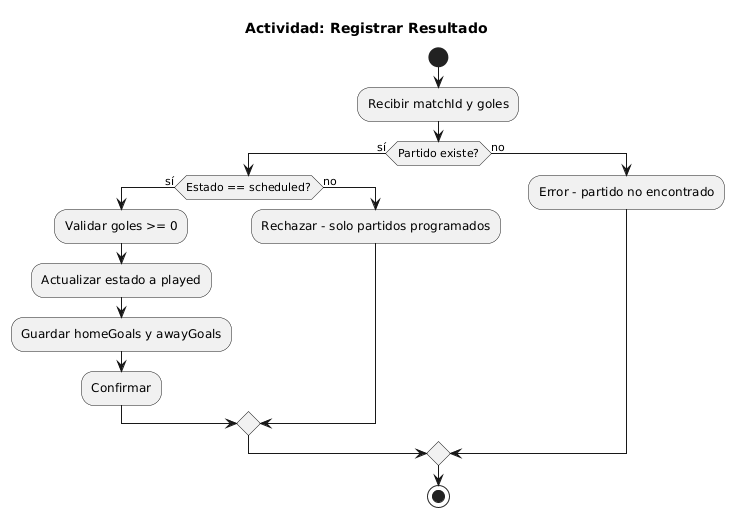
Above: modeling-and-docs/uml/export/activity_registrar_resultado.png in Cfabiola25/siget (PlantUML), before the change.
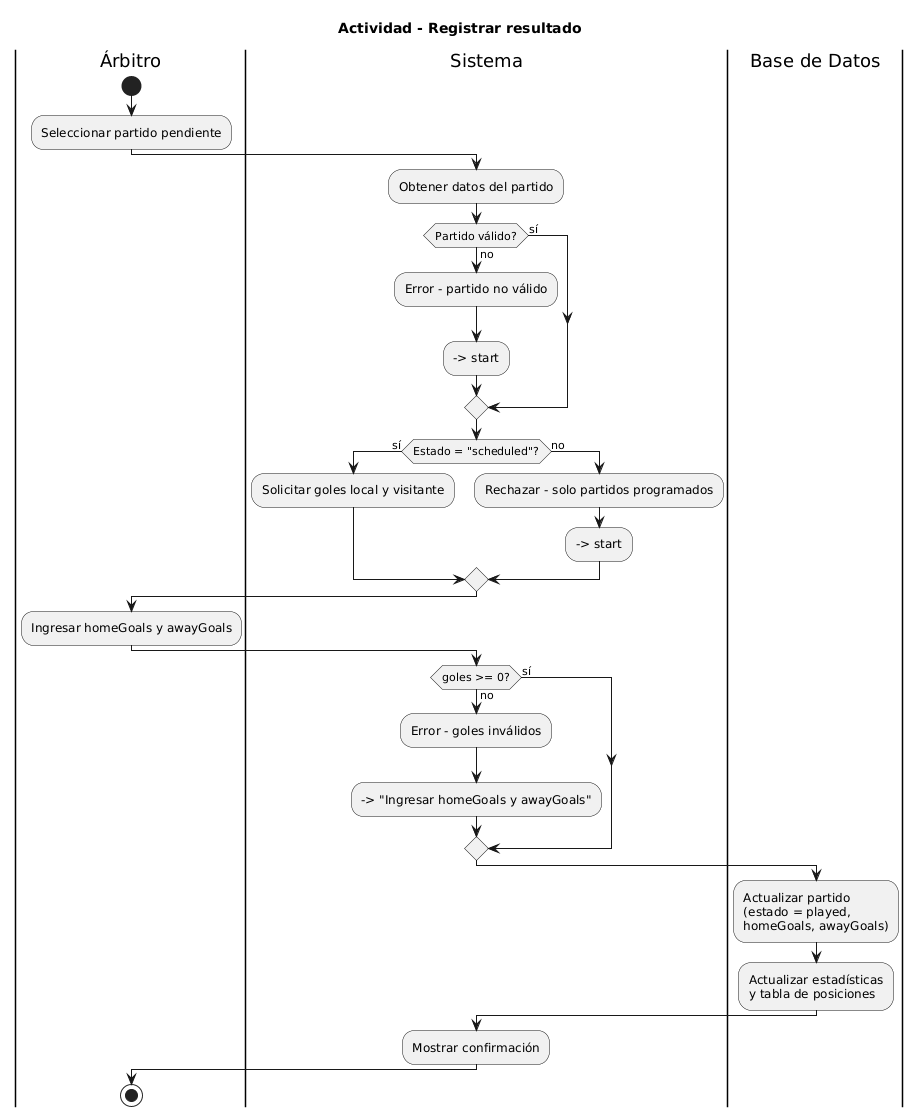
The same diagram one commit later.

Change to the diagram source:
```diff
@@ -1,18 +1,43 @@
 @startuml
-title Actividad: Registrar Resultado
+title Actividad - Registrar resultado
+
+|Árbitro|
 start
-:Recibir matchId y goles;
-if (Partido existe?) then (sí)
-  if (Estado == scheduled?) then (sí)
-    :Validar goles >= 0;
-    :Actualizar estado a played;
-    :Guardar homeGoals y awayGoals;
-    :Confirmar;
-  else (no)
-    :Rechazar - solo partidos programados;
-  endif
+:Seleccionar partido pendiente;
+
+|Sistema|
+:Obtener datos del partido;
+
+if (Partido válido?) then (sí)
 else (no)
-  :Error - partido no encontrado;
+  :Error - partido no válido;
+  --> start
 endif
+
+if (Estado = "scheduled"?) then (sí)
+  :Solicitar goles local y visitante;
+else (no)
+  :Rechazar - solo partidos programados;
+  --> start
+endif
+
+|Árbitro|
+:Ingresar homeGoals y awayGoals;
+
+|Sistema|
+if (goles >= 0?) then (sí)
+else (no)
+  :Error - goles inválidos;
+  --> "Ingresar homeGoals y awayGoals"
+endif
+
+|Base de Datos|
+:Actualizar partido\n(estado = played,\nhomeGoals, awayGoals);
+:Actualizar estadísticas\ny tabla de posiciones;
+
+|Sistema|
+:Mostrar confirmación;
+
+|Árbitro|
 stop
 @enduml
```
